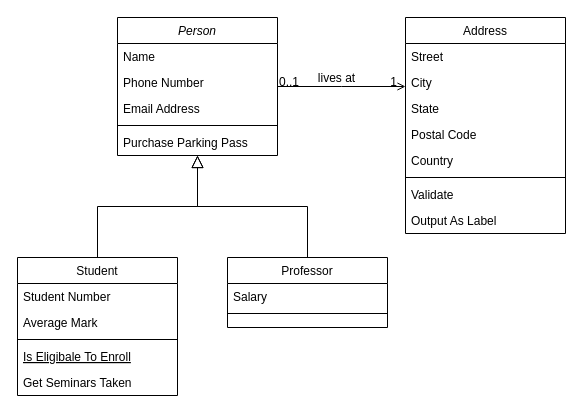
This is Untitled Diagram.drawio from Ziqi222/name.c, a draw.io file, before an edit. Source tidied: cells renumbered, new cells numbered last; positions are measured from the earlier drawing's top-left corner, leaving out a move shared by most shapes. Both pictures are drawn from the tidied source at 100%, with x=0, y=0 at pixel (17, 17).
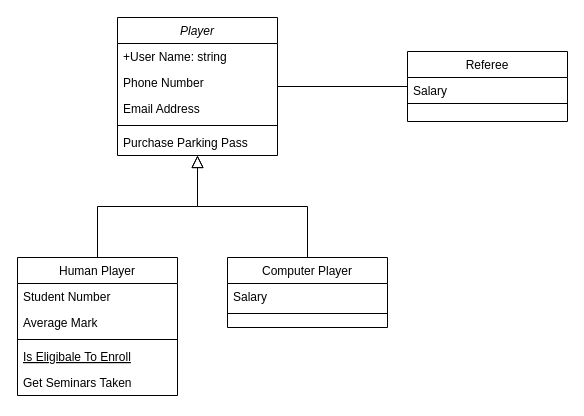
Above is the later version.

Change to the diagram source:
```diff
@@
-    <mxCell id="2" value="Person" style="swimlane;fontStyle=2;align=center;verticalAlign=top;horizontal=1;startSize=26;rounded=0;shadow=0;strokeWidth=1;" parent="1" vertex="1">
+    <mxCell id="2" value="Player" style="swimlane;fontStyle=2;align=center;verticalAlign=top;horizontal=1;startSize=26;rounded=0;shadow=0;strokeWidth=1;" parent="1" vertex="1">
       <mxGeometry x="100" width="160" height="138" as="geometry" />
     </mxCell>
-    <mxCell id="3" value="Name" style="text;align=left;verticalAlign=top;spacingLeft=4;spacingRight=4;overflow=hidden;" parent="2" vertex="1">
+    <mxCell id="3" value="+User Name: string" style="text;align=left;verticalAlign=top;spacingLeft=4;spacingRight=4;overflow=hidden;" parent="2" vertex="1">
       <mxGeometry y="26" width="160" height="26" as="geometry" />
     </mxCell>
@@
-    <mxCell id="8" value="Student" style="swimlane;fontStyle=0;align=center;verticalAlign=top;horizontal=1;startSize=26;rounded=0;shadow=0;strokeWidth=1;" parent="1" vertex="1">
+    <mxCell id="8" value="Human Player" style="swimlane;fontStyle=0;align=center;verticalAlign=top;horizontal=1;startSize=26;rounded=0;shadow=0;strokeWidth=1;" parent="1" vertex="1">
       <mxGeometry y="240" width="160" height="138" as="geometry" />
     </mxCell>
@@
-    <mxCell id="15" value="Professor" style="swimlane;fontStyle=0;align=center;verticalAlign=top;horizontal=1;startSize=26;rounded=0;shadow=0;strokeWidth=1;" parent="1" vertex="1">
+    <mxCell id="15" value="Computer Player" style="swimlane;fontStyle=0;align=center;verticalAlign=top;horizontal=1;startSize=26;rounded=0;shadow=0;strokeWidth=1;" parent="1" vertex="1">
       <mxGeometry x="210" y="240" width="160" height="70" as="geometry" />
     </mxCell>
@@
-    <mxCell id="19" value="Address" style="swimlane;fontStyle=0;align=center;verticalAlign=top;horizontal=1;startSize=26;rounded=0;shadow=0;strokeWidth=1;" parent="1" vertex="1">
-      <mxGeometry x="388" width="160" height="216" as="geometry" />
-    </mxCell>
-    <mxCell id="20" value="Street" style="text;align=left;verticalAlign=top;spacingLeft=4;spacingRight=4;overflow=hidden;" parent="19" vertex="1">
-      <mxGeometry y="26" width="160" height="26" as="geometry" />
-    </mxCell>
-    <mxCell id="21" value="City" style="text;align=left;verticalAlign=top;spacingLeft=4;spacingRight=4;overflow=hidden;rounded=0;shadow=0;html=0;" parent="19" vertex="1">
-      <mxGeometry y="52" width="160" height="26" as="geometry" />
-    </mxCell>
-    <mxCell id="22" value="State" style="text;align=left;verticalAlign=top;spacingLeft=4;spacingRight=4;overflow=hidden;rounded=0;shadow=0;html=0;" parent="19" vertex="1">
-      <mxGeometry y="78" width="160" height="26" as="geometry" />
-    </mxCell>
-    <mxCell id="23" value="Postal Code" style="text;align=left;verticalAlign=top;spacingLeft=4;spacingRight=4;overflow=hidden;rounded=0;shadow=0;html=0;" parent="19" vertex="1">
-      <mxGeometry y="104" width="160" height="26" as="geometry" />
-    </mxCell>
-    <mxCell id="24" value="Country" style="text;align=left;verticalAlign=top;spacingLeft=4;spacingRight=4;overflow=hidden;rounded=0;shadow=0;html=0;" parent="19" vertex="1">
-      <mxGeometry y="130" width="160" height="26" as="geometry" />
-    </mxCell>
-    <mxCell id="25" style="line;html=1;strokeWidth=1;align=left;verticalAlign=middle;spacingTop=-1;spacingLeft=3;spacingRight=3;labelPosition=right;" parent="19" vertex="1">
-      <mxGeometry y="156" width="160" height="8" as="geometry" />
-    </mxCell>
-    <mxCell id="26" value="Validate" style="text;align=left;verticalAlign=top;spacingLeft=4;spacingRight=4;overflow=hidden;" parent="19" vertex="1">
-      <mxGeometry y="164" width="160" height="26" as="geometry" />
-    </mxCell>
-    <mxCell id="27" value="Output As Label" style="text;align=left;verticalAlign=top;spacingLeft=4;spacingRight=4;overflow=hidden;" parent="19" vertex="1">
-      <mxGeometry y="190" width="160" height="26" as="geometry" />
-    </mxCell>
-    <mxCell id="28" style="endArrow=open;shadow=0;strokeWidth=1;rounded=0;endFill=1;edgeStyle=elbowEdgeStyle;elbow=vertical;" parent="1" edge="1" source="2" target="19">
-      <mxGeometry x="0.5" y="41" relative="1" as="geometry">
-        <mxPoint x="-40" y="32" as="offset" />
-      </mxGeometry>
-    </mxCell>
-    <mxCell id="29" value="0..1" style="align=left;verticalAlign=bottom;labelBackgroundColor=none;fontSize=12;" parent="28" vertex="1">
-      <mxGeometry x="-1" relative="1" as="geometry">
-        <mxPoint y="4" as="offset" />
-      </mxGeometry>
-    </mxCell>
-    <mxCell id="30" value="1" style="align=right;verticalAlign=bottom;labelBackgroundColor=none;fontSize=12;" parent="28" vertex="1">
-      <mxGeometry x="1" relative="1" as="geometry">
-        <mxPoint x="-7" y="4" as="offset" />
-      </mxGeometry>
-    </mxCell>
-    <mxCell id="31" value="lives at" style="text;html=1;align=center;verticalAlign=middle;labelBackgroundColor=none;rounded=0;shadow=0;strokeWidth=1;fontSize=12;" parent="28" vertex="1">
-      <mxGeometry x="0.5" y="49" relative="1" as="geometry">
-        <mxPoint x="-38" y="40" as="offset" />
-      </mxGeometry>
-    </mxCell>
+    <mxCell id="32" value="Referee" style="swimlane;fontStyle=0;align=center;verticalAlign=top;horizontal=1;startSize=26;rounded=0;shadow=0;strokeWidth=1;" parent="1" vertex="1">
+      <mxGeometry x="390" y="34" width="160" height="70" as="geometry" />
+    </mxCell>
+    <mxCell id="33" value="Salary" style="text;align=left;verticalAlign=top;spacingLeft=4;spacingRight=4;overflow=hidden;" parent="32" vertex="1">
+      <mxGeometry y="26" width="160" height="22" as="geometry" />
+    </mxCell>
+    <mxCell id="34" style="line;html=1;strokeWidth=1;align=left;verticalAlign=middle;spacingTop=-1;spacingLeft=3;spacingRight=3;labelPosition=right;" parent="32" vertex="1">
+      <mxGeometry y="48" width="160" height="8" as="geometry" />
+    </mxCell>
+    <mxCell id="35" style="line;strokeWidth=1;fillColor=none;align=left;verticalAlign=middle;spacingTop=-1;spacingLeft=3;spacingRight=3;labelPosition=right;" parent="1" vertex="1">
+      <mxGeometry x="260" y="65" width="130" height="8" as="geometry" />
+    </mxCell>
```
